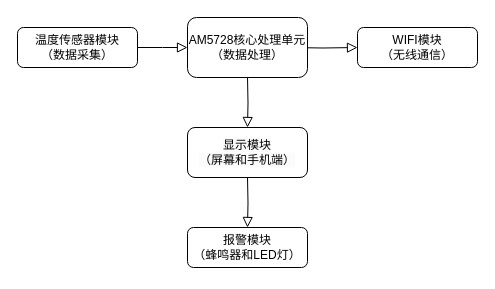
This is DSP期末设计系统框图.drawio from kenloves/draw.io, a draw.io file, before an edit. Source tidied: cells renumbered, new cells numbered last; positions are measured from the earlier drawing's top-left corner, leaving out a move shared by most shapes. Both pictures are drawn from the tidied source at 100%, with x=0, y=0 at pixel (17, 17).
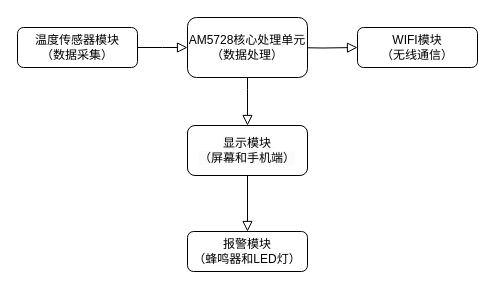
After the change.

Commit message (it also covers changes not shown here):
更新DSP期末设计系统框图.drawio

Diff of the diagram source:
```diff
@@
 <mxGraphModel>
   <root>
     <mxCell id="0" />
     <mxCell id="1" parent="0" />
     <mxCell id="2" style="rounded=0;html=1;jettySize=auto;fontSize=11;endArrow=block;endFill=0;endSize=8;strokeWidth=1;shadow=0;labelBackgroundColor=none;edgeStyle=orthogonalEdgeStyle;" parent="1" edge="1" source="3">
       <mxGeometry relative="1" as="geometry">
         <mxPoint x="170" y="30" as="targetPoint" />
       </mxGeometry>
     </mxCell>
     <mxCell id="3" value="温度传感器模块&lt;div&gt;（数据采集）&lt;/div&gt;" style="rounded=1;whiteSpace=wrap;html=1;fontSize=12;glass=0;strokeWidth=1;shadow=0;" parent="1" vertex="1">
       <mxGeometry y="10" width="120" height="40" as="geometry" />
     </mxCell>
     <mxCell id="4" style="rounded=0;html=1;jettySize=auto;fontSize=11;endArrow=block;endFill=0;endSize=8;strokeWidth=1;shadow=0;labelBackgroundColor=none;edgeStyle=orthogonalEdgeStyle;entryX=0.5;entryY=0;entryDx=0;entryDy=0;" parent="1" edge="1" target="9">
       <mxGeometry y="20" relative="1" as="geometry">
         <mxPoint x="230" y="60" as="sourcePoint" />
+        <Array as="points">
+          <mxPoint x="230" y="72" />
+          <mxPoint x="230" y="72" />
+        </Array>
       </mxGeometry>
     </mxCell>
     <mxCell id="5" style="edgeStyle=orthogonalEdgeStyle;rounded=0;html=1;jettySize=auto;fontSize=11;endArrow=block;endFill=0;endSize=8;strokeWidth=1;shadow=0;labelBackgroundColor=none;" parent="1" edge="1" target="6">
       <mxGeometry x="-0.11" y="10" relative="1" as="geometry">
         <mxPoint x="270" y="30" as="sourcePoint" />
       </mxGeometry>
     </mxCell>
     <mxCell id="6" value="WIFI模块&lt;div&gt;（无线通信）&lt;/div&gt;" style="rounded=1;whiteSpace=wrap;html=1;fontSize=12;glass=0;strokeWidth=1;shadow=0;" parent="1" vertex="1">
       <mxGeometry x="340" y="10" width="120" height="40" as="geometry" />
     </mxCell>
-    <mxCell id="7" style="rounded=0;html=1;jettySize=auto;fontSize=11;endArrow=block;endFill=0;endSize=8;strokeWidth=1;shadow=0;labelBackgroundColor=none;edgeStyle=orthogonalEdgeStyle;" parent="1" edge="1" target="8">
-      <mxGeometry x="0.33" y="20" relative="1" as="geometry">
-        <mxPoint x="230" y="160" as="sourcePoint" />
-      </mxGeometry>
-    </mxCell>
     <mxCell id="8" value="报警模块&lt;div&gt;（蜂鸣器和LED灯）&lt;/div&gt;" style="rounded=1;whiteSpace=wrap;html=1;fontSize=12;glass=0;strokeWidth=1;shadow=0;" parent="1" vertex="1">
-      <mxGeometry x="170" y="210" width="120" height="40" as="geometry" />
+      <mxGeometry x="170" y="214" width="120" height="40" as="geometry" />
     </mxCell>
     <mxCell id="9" value="&lt;span style=&quot;color: rgb(0, 0, 0); font-family: Helvetica; font-size: 12px; font-style: normal; font-variant-ligatures: normal; font-variant-caps: normal; font-weight: 400; letter-spacing: normal; orphans: 2; text-align: center; text-indent: 0px; text-transform: none; widows: 2; word-spacing: 0px; -webkit-text-stroke-width: 0px; white-space: normal; background-color: rgb(251, 251, 251); text-decoration-thickness: initial; text-decoration-style: initial; text-decoration-color: initial; display: inline !important; float: none;&quot;&gt;显示模块&lt;/span&gt;&lt;div style=&quot;forced-color-adjust: none; color: rgb(0, 0, 0); font-family: Helvetica; font-size: 12px; font-style: normal; font-variant-ligatures: normal; font-variant-caps: normal; font-weight: 400; letter-spacing: normal; orphans: 2; text-align: center; text-indent: 0px; text-transform: none; widows: 2; word-spacing: 0px; -webkit-text-stroke-width: 0px; white-space: normal; background-color: rgb(251, 251, 251); text-decoration-thickness: initial; text-decoration-style: initial; text-decoration-color: initial;&quot;&gt;（屏幕和手机端）&lt;/div&gt;" style="rounded=1;whiteSpace=wrap;html=1;" parent="1" vertex="1">
-      <mxGeometry x="170" y="110" width="120" height="50" as="geometry" />
+      <mxGeometry x="170" y="108" width="120" height="50" as="geometry" />
     </mxCell>
     <mxCell id="10" value="AM5728核心处理单元&lt;div&gt;（数据处理）&lt;/div&gt;" style="rounded=1;whiteSpace=wrap;html=1;" parent="1" vertex="1">
       <mxGeometry x="170" width="120" height="60" as="geometry" />
     </mxCell>
+    <mxCell id="11" style="rounded=0;html=1;jettySize=auto;fontSize=11;endArrow=block;endFill=0;endSize=8;strokeWidth=1;shadow=0;labelBackgroundColor=none;edgeStyle=orthogonalEdgeStyle;entryX=0.5;entryY=0;entryDx=0;entryDy=0;exitX=0.5;exitY=1;exitDx=0;exitDy=0;" parent="1" edge="1" source="9" target="8">
+      <mxGeometry y="20" relative="1" as="geometry" />
+    </mxCell>
   </root>
 </mxGraphModel>
```
